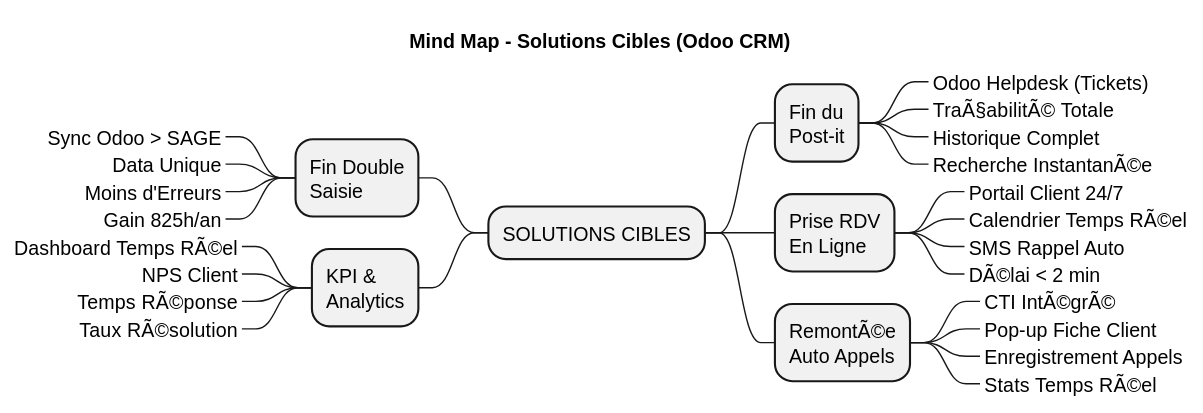
Above: Audit_Duret_$/Services/Service-Client/uml/svg/Solutions_ServiceClient.svg in JordanSerafini/Audit_Duret (PlantUML), before the change.
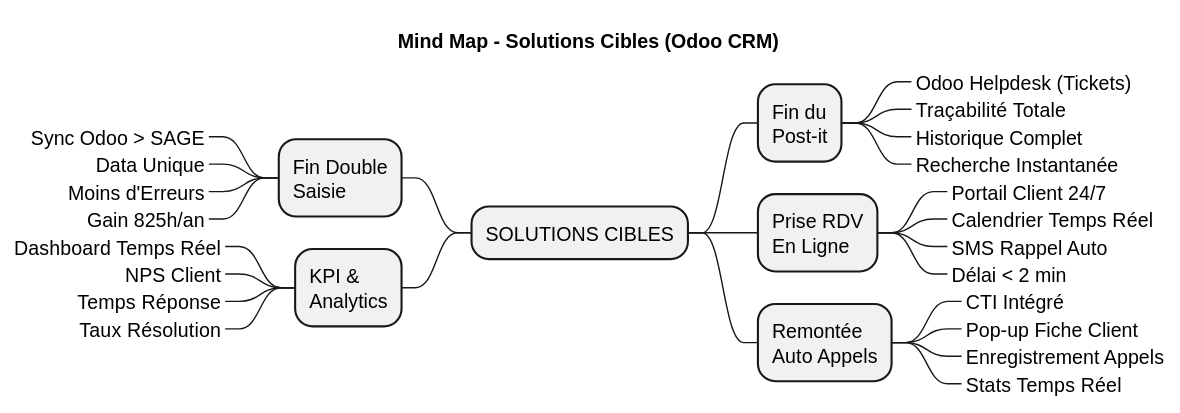
Later version of the same file.

Change to the diagram source:
```diff
@@ -5,21 +5,21 @@
 * SOLUTIONS CIBLES
 ** Fin du\nPost-it
 ***_ Odoo Helpdesk (Tickets)
-***_ TraÃ§abilitÃ© Totale
+***_ Traçabilité Totale
 ***_ Historique Complet
-***_ Recherche InstantanÃ©e
+***_ Recherche Instantanée
 
 ** Prise RDV\nEn Ligne
 ***_ Portail Client 24/7
-***_ Calendrier Temps RÃ©el
+***_ Calendrier Temps Réel
 ***_ SMS Rappel Auto
-***_ DÃ©lai < 2 min
+***_ Délai < 2 min
 
-** RemontÃ©e\nAuto Appels
-***_ CTI IntÃ©grÃ©
+** Remontée\nAuto Appels
+***_ CTI Intégré
 ***_ Pop-up Fiche Client
 ***_ Enregistrement Appels
-***_ Stats Temps RÃ©el
+***_ Stats Temps Réel
 
 left side
 
@@ -30,9 +30,9 @@
 ***_ Gain 825h/an
 
 ** KPI &\nAnalytics
-***_ Dashboard Temps RÃ©el
+***_ Dashboard Temps Réel
 ***_ NPS Client
-***_ Temps RÃ©ponse
-***_ Taux RÃ©solution
+***_ Temps Réponse
+***_ Taux Résolution
 
 @endmindmap
```
